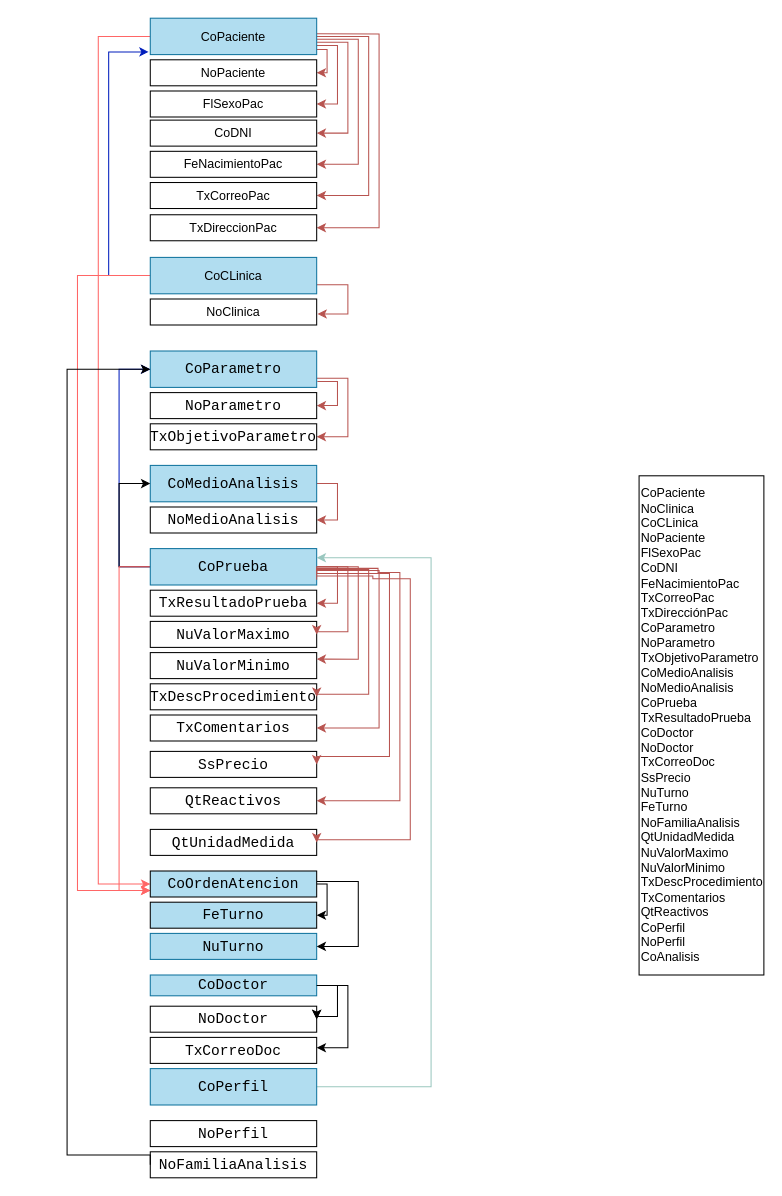
hrojasutani/test keeps this draw.io diagram as page "Diagrama Funcional" (1 of 2) of Untitled Diagram.drawio. Above is the earlier version. Source tidied: cells renumbered, new cells numbered last; positions are measured from the earlier drawing's top-left corner, leaving out a move shared by most shapes. Both pictures are drawn from the tidied source at 104%, with x=0, y=0 at pixel (67, 18).
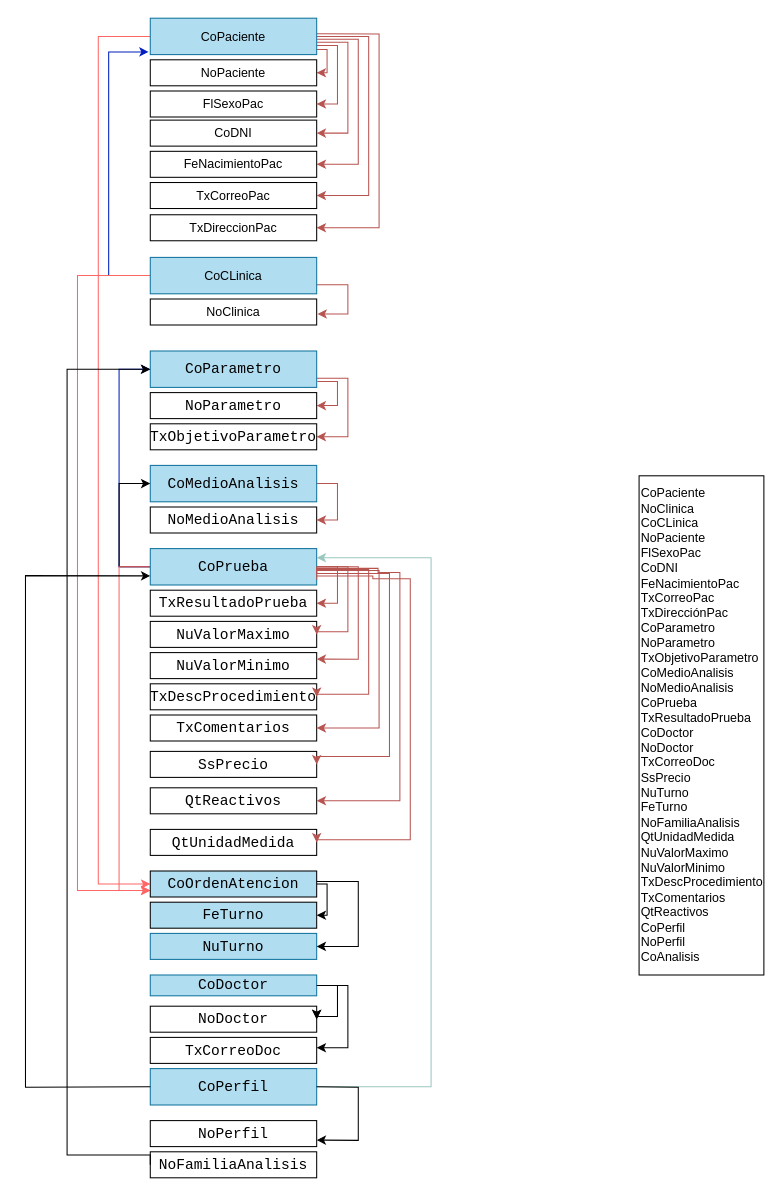
The same page after the edit.

The change refers to these unchanged cells:
```xml
<mxCell id="34" value="&lt;div style=&quot;font-family: Consolas, &amp;quot;Courier New&amp;quot;, monospace; font-size: 14px; line-height: 19px;&quot;&gt;&lt;div&gt;&lt;span style=&quot;&quot;&gt;CoPrueba&lt;/span&gt;&lt;/div&gt;&lt;/div&gt;" style="text;whiteSpace=wrap;html=1;verticalAlign=middle;align=center;labelBackgroundColor=none;fontStyle=0;strokeColor=#10739e;fillColor=#b1ddf0;" parent="1" vertex="1">
  <mxGeometry x="80" y="510" width="160" height="35" as="geometry" />
</mxCell>
<mxCell id="44" value="&lt;div style=&quot;font-family: Consolas, &amp;quot;Courier New&amp;quot;, monospace; font-size: 14px; line-height: 19px;&quot;&gt;&lt;div&gt;&lt;span style=&quot;&quot;&gt;CoPerfil&lt;/span&gt;&lt;/div&gt;&lt;/div&gt;" style="text;whiteSpace=wrap;html=1;verticalAlign=middle;align=center;labelBackgroundColor=none;fontStyle=0;fillColor=#b1ddf0;strokeColor=#10739e;" parent="1" vertex="1">
  <mxGeometry x="80" y="1010" width="160" height="35" as="geometry" />
</mxCell>
<mxCell id="45" value="&lt;div style=&quot;font-family: Consolas, &amp;quot;Courier New&amp;quot;, monospace; font-size: 14px; line-height: 19px;&quot;&gt;&lt;div&gt;&lt;span style=&quot;&quot;&gt;NoPerfil&lt;/span&gt;&lt;/div&gt;&lt;/div&gt;" style="text;whiteSpace=wrap;html=1;verticalAlign=middle;align=center;fontColor=default;labelBackgroundColor=none;fontStyle=0;strokeColor=default;" parent="1" vertex="1">
  <mxGeometry x="80" y="1060" width="160" height="25" as="geometry" />
</mxCell>
```

What changed in the source:
```diff
@@
+    <mxCell id="66" style="endArrow=classic;html=1;rounded=0;exitX=1;exitY=0.5;exitDx=0;exitDy=0;entryX=1;entryY=0.75;entryDx=0;entryDy=0;" parent="1" edge="1" source="44" target="45">
+      <mxGeometry relative="1" as="geometry">
+        <Array as="points">
+          <mxPoint x="280" y="1028" />
+          <mxPoint x="280" y="1050" />
+          <mxPoint x="280" y="1079" />
+        </Array>
+      </mxGeometry>
+    </mxCell>
+    <mxCell id="67" style="endArrow=classic;html=1;rounded=0;exitX=0;exitY=0.5;exitDx=0;exitDy=0;entryX=0;entryY=0.75;entryDx=0;entryDy=0;" parent="1" edge="1" source="44" target="34">
+      <mxGeometry relative="1" as="geometry">
+        <Array as="points">
+          <mxPoint x="-40" y="1028" />
+          <mxPoint x="-40" y="760" />
+          <mxPoint x="-40" y="536" />
+        </Array>
+      </mxGeometry>
+    </mxCell>
```
